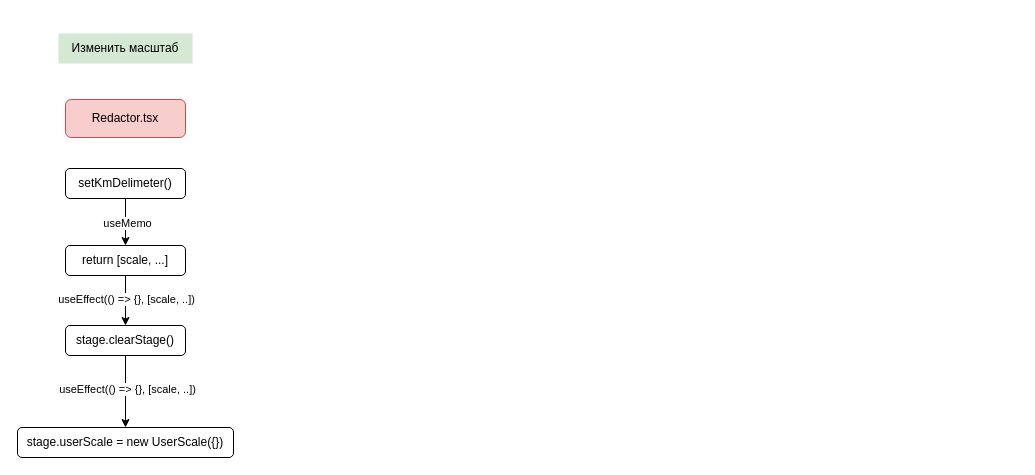
Earlier version of the draw.io diagram page "Масштаб" (9 of 10) of График движения.drawio (orlov-oleg-developer/asuter-UML). Source tidied: cells renumbered, new cells numbered last; positions are measured from the earlier drawing's top-left corner, leaving out a move shared by most shapes. Both pictures are drawn from the tidied source at 100%, with x=0, y=0 at pixel (17, 33).
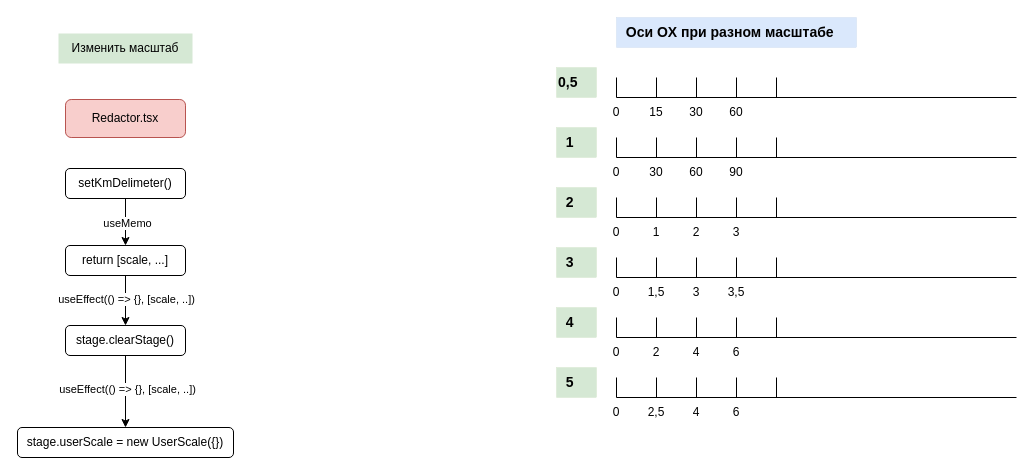
After the change.

The edit, as a diff of the source:
```diff
@@
+    <mxCell id="14" value="&lt;span style=&quot;font-size: 14px;&quot;&gt;&lt;b&gt;&amp;nbsp; Оси OX при разном масштабе&lt;/b&gt;&lt;/span&gt;" style="text;html=1;align=left;verticalAlign=middle;strokeColor=#6c8ebf;fillColor=#dae8fc;strokeWidth=0;fontSize=10;" parent="1" vertex="1">
+      <mxGeometry x="599" y="-16" width="240" height="30" as="geometry" />
+    </mxCell>
+    <mxCell id="15" style="endArrow=none;html=1;rounded=0;" parent="1" edge="1">
+      <mxGeometry relative="1" as="geometry">
+        <mxPoint x="599" y="64" as="sourcePoint" />
+        <mxPoint x="999" y="64" as="targetPoint" />
+      </mxGeometry>
+    </mxCell>
+    <mxCell id="16" style="endArrow=none;html=1;rounded=0;" parent="1" edge="1">
+      <mxGeometry relative="1" as="geometry">
+        <mxPoint x="639" y="64" as="sourcePoint" />
+        <mxPoint x="639" y="44" as="targetPoint" />
+      </mxGeometry>
+    </mxCell>
+    <mxCell id="17" style="endArrow=none;html=1;rounded=0;" parent="1" edge="1">
+      <mxGeometry relative="1" as="geometry">
+        <mxPoint x="719" y="64" as="sourcePoint" />
+        <mxPoint x="719" y="44" as="targetPoint" />
+      </mxGeometry>
+    </mxCell>
+    <mxCell id="18" style="endArrow=none;html=1;rounded=0;" parent="1" edge="1">
+      <mxGeometry relative="1" as="geometry">
+        <mxPoint x="679" y="64" as="sourcePoint" />
+        <mxPoint x="679" y="44" as="targetPoint" />
+      </mxGeometry>
+    </mxCell>
+    <mxCell id="19" style="endArrow=none;html=1;rounded=0;" parent="1" edge="1">
+      <mxGeometry relative="1" as="geometry">
+        <mxPoint x="759" y="64" as="sourcePoint" />
+        <mxPoint x="759" y="44" as="targetPoint" />
+      </mxGeometry>
+    </mxCell>
+    <mxCell id="20" style="endArrow=none;html=1;rounded=0;" parent="1" edge="1">
+      <mxGeometry relative="1" as="geometry">
+        <mxPoint x="599" y="64" as="sourcePoint" />
+        <mxPoint x="599" y="44" as="targetPoint" />
+      </mxGeometry>
+    </mxCell>
+    <mxCell id="21" value="0" style="text;html=1;strokeColor=none;fillColor=none;align=center;verticalAlign=middle;whiteSpace=wrap;rounded=0;" parent="1" vertex="1">
+      <mxGeometry x="589" y="64" width="20" height="30" as="geometry" />
+    </mxCell>
+    <mxCell id="22" value="15" style="text;html=1;strokeColor=none;fillColor=none;align=center;verticalAlign=middle;whiteSpace=wrap;rounded=0;" parent="1" vertex="1">
+      <mxGeometry x="629" y="64" width="20" height="30" as="geometry" />
+    </mxCell>
+    <mxCell id="23" value="30" style="text;html=1;strokeColor=none;fillColor=none;align=center;verticalAlign=middle;whiteSpace=wrap;rounded=0;" parent="1" vertex="1">
+      <mxGeometry x="669" y="64" width="20" height="30" as="geometry" />
+    </mxCell>
+    <mxCell id="24" value="60" style="text;html=1;strokeColor=none;fillColor=none;align=center;verticalAlign=middle;whiteSpace=wrap;rounded=0;" parent="1" vertex="1">
+      <mxGeometry x="709" y="64" width="20" height="30" as="geometry" />
+    </mxCell>
+    <mxCell id="25" value="&lt;span style=&quot;font-size: 14px;&quot;&gt;&lt;b&gt;0,5&lt;/b&gt;&lt;/span&gt;" style="text;html=1;align=left;verticalAlign=middle;strokeColor=#82b366;fillColor=#d5e8d4;strokeWidth=0;fontSize=10;" parent="1" vertex="1">
+      <mxGeometry x="539" y="34" width="40" height="30" as="geometry" />
+    </mxCell>
+    <mxCell id="26" style="endArrow=none;html=1;rounded=0;" parent="1" edge="1">
+      <mxGeometry relative="1" as="geometry">
+        <mxPoint x="599" y="124" as="sourcePoint" />
+        <mxPoint x="999" y="124" as="targetPoint" />
+      </mxGeometry>
+    </mxCell>
+    <mxCell id="27" style="endArrow=none;html=1;rounded=0;" parent="1" edge="1">
+      <mxGeometry relative="1" as="geometry">
+        <mxPoint x="639" y="124" as="sourcePoint" />
+        <mxPoint x="639" y="104" as="targetPoint" />
+      </mxGeometry>
+    </mxCell>
+    <mxCell id="28" style="endArrow=none;html=1;rounded=0;" parent="1" edge="1">
+      <mxGeometry relative="1" as="geometry">
+        <mxPoint x="719" y="124" as="sourcePoint" />
+        <mxPoint x="719" y="104" as="targetPoint" />
+      </mxGeometry>
+    </mxCell>
+    <mxCell id="29" style="endArrow=none;html=1;rounded=0;" parent="1" edge="1">
+      <mxGeometry relative="1" as="geometry">
+        <mxPoint x="679" y="124" as="sourcePoint" />
+        <mxPoint x="679" y="104" as="targetPoint" />
+      </mxGeometry>
+    </mxCell>
+    <mxCell id="30" style="endArrow=none;html=1;rounded=0;" parent="1" edge="1">
+      <mxGeometry relative="1" as="geometry">
+        <mxPoint x="759" y="124" as="sourcePoint" />
+        <mxPoint x="759" y="104" as="targetPoint" />
+      </mxGeometry>
+    </mxCell>
+    <mxCell id="31" style="endArrow=none;html=1;rounded=0;" parent="1" edge="1">
+      <mxGeometry relative="1" as="geometry">
+        <mxPoint x="599" y="124" as="sourcePoint" />
+        <mxPoint x="599" y="104" as="targetPoint" />
+      </mxGeometry>
+    </mxCell>
+    <mxCell id="32" value="&lt;span style=&quot;font-size: 14px;&quot;&gt;&lt;b&gt;&amp;nbsp; 1&lt;/b&gt;&lt;/span&gt;" style="text;html=1;align=left;verticalAlign=middle;strokeColor=#82b366;fillColor=#d5e8d4;strokeWidth=0;fontSize=10;" parent="1" vertex="1">
+      <mxGeometry x="539" y="94" width="40" height="30" as="geometry" />
+    </mxCell>
+    <mxCell id="33" value="0" style="text;html=1;strokeColor=none;fillColor=none;align=center;verticalAlign=middle;whiteSpace=wrap;rounded=0;" parent="1" vertex="1">
+      <mxGeometry x="589" y="124" width="20" height="30" as="geometry" />
+    </mxCell>
+    <mxCell id="34" value="30" style="text;html=1;strokeColor=none;fillColor=none;align=center;verticalAlign=middle;whiteSpace=wrap;rounded=0;" parent="1" vertex="1">
+      <mxGeometry x="629" y="124" width="20" height="30" as="geometry" />
+    </mxCell>
+    <mxCell id="35" value="60" style="text;html=1;strokeColor=none;fillColor=none;align=center;verticalAlign=middle;whiteSpace=wrap;rounded=0;" parent="1" vertex="1">
+      <mxGeometry x="669" y="124" width="20" height="30" as="geometry" />
+    </mxCell>
+    <mxCell id="36" value="90" style="text;html=1;strokeColor=none;fillColor=none;align=center;verticalAlign=middle;whiteSpace=wrap;rounded=0;" parent="1" vertex="1">
+      <mxGeometry x="709" y="124" width="20" height="30" as="geometry" />
+    </mxCell>
+    <mxCell id="37" style="endArrow=none;html=1;rounded=0;" parent="1" edge="1">
+      <mxGeometry relative="1" as="geometry">
+        <mxPoint x="599" y="184" as="sourcePoint" />
+        <mxPoint x="999" y="184" as="targetPoint" />
+      </mxGeometry>
+    </mxCell>
+    <mxCell id="38" style="endArrow=none;html=1;rounded=0;" parent="1" edge="1">
+      <mxGeometry relative="1" as="geometry">
+        <mxPoint x="639" y="184" as="sourcePoint" />
+        <mxPoint x="639" y="164" as="targetPoint" />
+      </mxGeometry>
+    </mxCell>
+    <mxCell id="39" style="endArrow=none;html=1;rounded=0;" parent="1" edge="1">
+      <mxGeometry relative="1" as="geometry">
+        <mxPoint x="719" y="184" as="sourcePoint" />
+        <mxPoint x="719" y="164" as="targetPoint" />
+      </mxGeometry>
+    </mxCell>
+    <mxCell id="40" style="endArrow=none;html=1;rounded=0;" parent="1" edge="1">
+      <mxGeometry relative="1" as="geometry">
+        <mxPoint x="679" y="184" as="sourcePoint" />
+        <mxPoint x="679" y="164" as="targetPoint" />
+      </mxGeometry>
+    </mxCell>
+    <mxCell id="41" style="endArrow=none;html=1;rounded=0;" parent="1" edge="1">
+      <mxGeometry relative="1" as="geometry">
+        <mxPoint x="759" y="184" as="sourcePoint" />
+        <mxPoint x="759" y="164" as="targetPoint" />
+      </mxGeometry>
+    </mxCell>
+    <mxCell id="42" style="endArrow=none;html=1;rounded=0;" parent="1" edge="1">
+      <mxGeometry relative="1" as="geometry">
+        <mxPoint x="599" y="184" as="sourcePoint" />
+        <mxPoint x="599" y="164" as="targetPoint" />
+      </mxGeometry>
+    </mxCell>
+    <mxCell id="43" value="&lt;span style=&quot;font-size: 14px;&quot;&gt;&lt;b&gt;&amp;nbsp; 2&lt;/b&gt;&lt;/span&gt;" style="text;html=1;align=left;verticalAlign=middle;strokeColor=#82b366;fillColor=#d5e8d4;strokeWidth=0;fontSize=10;" parent="1" vertex="1">
+      <mxGeometry x="539" y="154" width="40" height="30" as="geometry" />
+    </mxCell>
+    <mxCell id="44" value="0" style="text;html=1;strokeColor=none;fillColor=none;align=center;verticalAlign=middle;whiteSpace=wrap;rounded=0;" parent="1" vertex="1">
+      <mxGeometry x="589" y="184" width="20" height="30" as="geometry" />
+    </mxCell>
+    <mxCell id="45" value="1" style="text;html=1;strokeColor=none;fillColor=none;align=center;verticalAlign=middle;whiteSpace=wrap;rounded=0;" parent="1" vertex="1">
+      <mxGeometry x="629" y="184" width="20" height="30" as="geometry" />
+    </mxCell>
+    <mxCell id="46" value="2" style="text;html=1;strokeColor=none;fillColor=none;align=center;verticalAlign=middle;whiteSpace=wrap;rounded=0;" parent="1" vertex="1">
+      <mxGeometry x="669" y="184" width="20" height="30" as="geometry" />
+    </mxCell>
+    <mxCell id="47" value="3" style="text;html=1;strokeColor=none;fillColor=none;align=center;verticalAlign=middle;whiteSpace=wrap;rounded=0;" parent="1" vertex="1">
+      <mxGeometry x="709" y="184" width="20" height="30" as="geometry" />
+    </mxCell>
+    <mxCell id="48" style="endArrow=none;html=1;rounded=0;" parent="1" edge="1">
+      <mxGeometry relative="1" as="geometry">
+        <mxPoint x="599" y="244" as="sourcePoint" />
+        <mxPoint x="999" y="244" as="targetPoint" />
+      </mxGeometry>
+    </mxCell>
+    <mxCell id="49" style="endArrow=none;html=1;rounded=0;" parent="1" edge="1">
+      <mxGeometry relative="1" as="geometry">
+        <mxPoint x="639" y="244" as="sourcePoint" />
+        <mxPoint x="639" y="224" as="targetPoint" />
+      </mxGeometry>
+    </mxCell>
+    <mxCell id="50" style="endArrow=none;html=1;rounded=0;" parent="1" edge="1">
+      <mxGeometry relative="1" as="geometry">
+        <mxPoint x="719" y="244" as="sourcePoint" />
+        <mxPoint x="719" y="224" as="targetPoint" />
+      </mxGeometry>
+    </mxCell>
+    <mxCell id="51" style="endArrow=none;html=1;rounded=0;" parent="1" edge="1">
+      <mxGeometry relative="1" as="geometry">
+        <mxPoint x="679" y="244" as="sourcePoint" />
+        <mxPoint x="679" y="224" as="targetPoint" />
+      </mxGeometry>
+    </mxCell>
+    <mxCell id="52" style="endArrow=none;html=1;rounded=0;" parent="1" edge="1">
+      <mxGeometry relative="1" as="geometry">
+        <mxPoint x="759" y="244" as="sourcePoint" />
+        <mxPoint x="759" y="224" as="targetPoint" />
+      </mxGeometry>
+    </mxCell>
+    <mxCell id="53" style="endArrow=none;html=1;rounded=0;" parent="1" edge="1">
+      <mxGeometry relative="1" as="geometry">
+        <mxPoint x="599" y="244" as="sourcePoint" />
+        <mxPoint x="599" y="224" as="targetPoint" />
+      </mxGeometry>
+    </mxCell>
+    <mxCell id="54" value="&lt;span style=&quot;font-size: 14px;&quot;&gt;&lt;b&gt;&amp;nbsp; 3&lt;/b&gt;&lt;/span&gt;" style="text;html=1;align=left;verticalAlign=middle;strokeColor=#82b366;fillColor=#d5e8d4;strokeWidth=0;fontSize=10;" parent="1" vertex="1">
+      <mxGeometry x="539" y="214" width="40" height="30" as="geometry" />
+    </mxCell>
+    <mxCell id="55" value="0" style="text;html=1;strokeColor=none;fillColor=none;align=center;verticalAlign=middle;whiteSpace=wrap;rounded=0;" parent="1" vertex="1">
+      <mxGeometry x="589" y="244" width="20" height="30" as="geometry" />
+    </mxCell>
+    <mxCell id="56" value="1,5" style="text;html=1;strokeColor=none;fillColor=none;align=center;verticalAlign=middle;whiteSpace=wrap;rounded=0;" parent="1" vertex="1">
+      <mxGeometry x="629" y="244" width="20" height="30" as="geometry" />
+    </mxCell>
+    <mxCell id="57" value="3" style="text;html=1;strokeColor=none;fillColor=none;align=center;verticalAlign=middle;whiteSpace=wrap;rounded=0;" parent="1" vertex="1">
+      <mxGeometry x="669" y="244" width="20" height="30" as="geometry" />
+    </mxCell>
+    <mxCell id="58" value="3,5" style="text;html=1;strokeColor=none;fillColor=none;align=center;verticalAlign=middle;whiteSpace=wrap;rounded=0;" parent="1" vertex="1">
+      <mxGeometry x="709" y="244" width="20" height="30" as="geometry" />
+    </mxCell>
+    <mxCell id="59" style="endArrow=none;html=1;rounded=0;" parent="1" edge="1">
+      <mxGeometry relative="1" as="geometry">
+        <mxPoint x="599" y="304" as="sourcePoint" />
+        <mxPoint x="999" y="304" as="targetPoint" />
+      </mxGeometry>
+    </mxCell>
+    <mxCell id="60" style="endArrow=none;html=1;rounded=0;" parent="1" edge="1">
+      <mxGeometry relative="1" as="geometry">
+        <mxPoint x="639" y="304" as="sourcePoint" />
+        <mxPoint x="639" y="284" as="targetPoint" />
+      </mxGeometry>
+    </mxCell>
+    <mxCell id="61" style="endArrow=none;html=1;rounded=0;" parent="1" edge="1">
+      <mxGeometry relative="1" as="geometry">
+        <mxPoint x="719" y="304" as="sourcePoint" />
+        <mxPoint x="719" y="284" as="targetPoint" />
+      </mxGeometry>
+    </mxCell>
+    <mxCell id="62" style="endArrow=none;html=1;rounded=0;" parent="1" edge="1">
+      <mxGeometry relative="1" as="geometry">
+        <mxPoint x="679" y="304" as="sourcePoint" />
+        <mxPoint x="679" y="284" as="targetPoint" />
+      </mxGeometry>
+    </mxCell>
+    <mxCell id="63" style="endArrow=none;html=1;rounded=0;" parent="1" edge="1">
+      <mxGeometry relative="1" as="geometry">
+        <mxPoint x="759" y="304" as="sourcePoint" />
+        <mxPoint x="759" y="284" as="targetPoint" />
+      </mxGeometry>
+    </mxCell>
+    <mxCell id="64" style="endArrow=none;html=1;rounded=0;" parent="1" edge="1">
+      <mxGeometry relative="1" as="geometry">
+        <mxPoint x="599" y="304" as="sourcePoint" />
+        <mxPoint x="599" y="284" as="targetPoint" />
+      </mxGeometry>
+    </mxCell>
+    <mxCell id="65" value="&lt;span style=&quot;font-size: 14px;&quot;&gt;&lt;b&gt;&amp;nbsp; 4&lt;/b&gt;&lt;/span&gt;" style="text;html=1;align=left;verticalAlign=middle;strokeColor=#82b366;fillColor=#d5e8d4;strokeWidth=0;fontSize=10;" parent="1" vertex="1">
+      <mxGeometry x="539" y="274" width="40" height="30" as="geometry" />
+    </mxCell>
+    <mxCell id="66" value="0" style="text;html=1;strokeColor=none;fillColor=none;align=center;verticalAlign=middle;whiteSpace=wrap;rounded=0;" parent="1" vertex="1">
+      <mxGeometry x="589" y="304" width="20" height="30" as="geometry" />
+    </mxCell>
+    <mxCell id="67" value="2" style="text;html=1;strokeColor=none;fillColor=none;align=center;verticalAlign=middle;whiteSpace=wrap;rounded=0;" parent="1" vertex="1">
+      <mxGeometry x="629" y="304" width="20" height="30" as="geometry" />
+    </mxCell>
+    <mxCell id="68" value="4" style="text;html=1;strokeColor=none;fillColor=none;align=center;verticalAlign=middle;whiteSpace=wrap;rounded=0;" parent="1" vertex="1">
+      <mxGeometry x="669" y="304" width="20" height="30" as="geometry" />
+    </mxCell>
+    <mxCell id="69" value="6" style="text;html=1;strokeColor=none;fillColor=none;align=center;verticalAlign=middle;whiteSpace=wrap;rounded=0;" parent="1" vertex="1">
+      <mxGeometry x="709" y="304" width="20" height="30" as="geometry" />
+    </mxCell>
+    <mxCell id="70" style="endArrow=none;html=1;rounded=0;" parent="1" edge="1">
+      <mxGeometry relative="1" as="geometry">
+        <mxPoint x="599" y="364" as="sourcePoint" />
+        <mxPoint x="999" y="364" as="targetPoint" />
+      </mxGeometry>
+    </mxCell>
+    <mxCell id="71" style="endArrow=none;html=1;rounded=0;" parent="1" edge="1">
+      <mxGeometry relative="1" as="geometry">
+        <mxPoint x="639" y="364" as="sourcePoint" />
+        <mxPoint x="639" y="344" as="targetPoint" />
+      </mxGeometry>
+    </mxCell>
+    <mxCell id="72" style="endArrow=none;html=1;rounded=0;" parent="1" edge="1">
+      <mxGeometry relative="1" as="geometry">
+        <mxPoint x="719" y="364" as="sourcePoint" />
+        <mxPoint x="719" y="344" as="targetPoint" />
+      </mxGeometry>
+    </mxCell>
+    <mxCell id="73" style="endArrow=none;html=1;rounded=0;" parent="1" edge="1">
+      <mxGeometry relative="1" as="geometry">
+        <mxPoint x="679" y="364" as="sourcePoint" />
+        <mxPoint x="679" y="344" as="targetPoint" />
+      </mxGeometry>
+    </mxCell>
+    <mxCell id="74" style="endArrow=none;html=1;rounded=0;" parent="1" edge="1">
+      <mxGeometry relative="1" as="geometry">
+        <mxPoint x="759" y="364" as="sourcePoint" />
+        <mxPoint x="759" y="344" as="targetPoint" />
+      </mxGeometry>
+    </mxCell>
+    <mxCell id="75" style="endArrow=none;html=1;rounded=0;" parent="1" edge="1">
+      <mxGeometry relative="1" as="geometry">
+        <mxPoint x="599" y="364" as="sourcePoint" />
+        <mxPoint x="599" y="344" as="targetPoint" />
+      </mxGeometry>
+    </mxCell>
+    <mxCell id="76" value="&lt;span style=&quot;font-size: 14px;&quot;&gt;&lt;b&gt;&amp;nbsp; 5&lt;/b&gt;&lt;/span&gt;" style="text;html=1;align=left;verticalAlign=middle;strokeColor=#82b366;fillColor=#d5e8d4;strokeWidth=0;fontSize=10;" parent="1" vertex="1">
+      <mxGeometry x="539" y="334" width="40" height="30" as="geometry" />
+    </mxCell>
+    <mxCell id="77" value="0" style="text;html=1;strokeColor=none;fillColor=none;align=center;verticalAlign=middle;whiteSpace=wrap;rounded=0;" parent="1" vertex="1">
+      <mxGeometry x="589" y="364" width="20" height="30" as="geometry" />
+    </mxCell>
+    <mxCell id="78" value="2,5" style="text;html=1;strokeColor=none;fillColor=none;align=center;verticalAlign=middle;whiteSpace=wrap;rounded=0;" parent="1" vertex="1">
+      <mxGeometry x="629" y="364" width="20" height="30" as="geometry" />
+    </mxCell>
+    <mxCell id="79" value="4" style="text;html=1;strokeColor=none;fillColor=none;align=center;verticalAlign=middle;whiteSpace=wrap;rounded=0;" parent="1" vertex="1">
+      <mxGeometry x="669" y="364" width="20" height="30" as="geometry" />
+    </mxCell>
+    <mxCell id="80" value="6" style="text;html=1;strokeColor=none;fillColor=none;align=center;verticalAlign=middle;whiteSpace=wrap;rounded=0;" parent="1" vertex="1">
+      <mxGeometry x="709" y="364" width="20" height="30" as="geometry" />
+    </mxCell>
```
